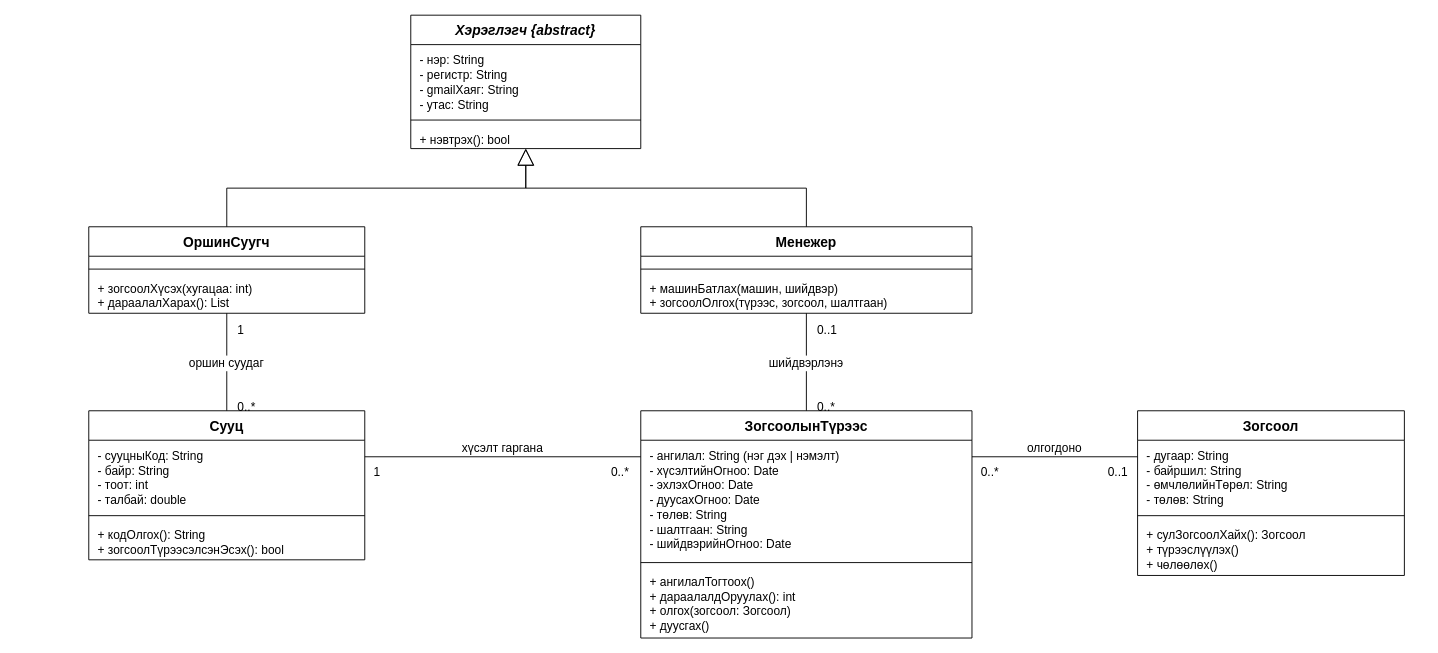
Above: docs/drawio/lab5-class.drawio in Uuganaaa12/suh-burtgel (draw.io), before the change. Source tidied: cells renumbered, new cells numbered last; positions are measured from the earlier drawing's top-left corner, leaving out a move shared by most shapes. Both pictures are drawn from the tidied source at 92%, with x=0, y=0 at pixel (88, 15).
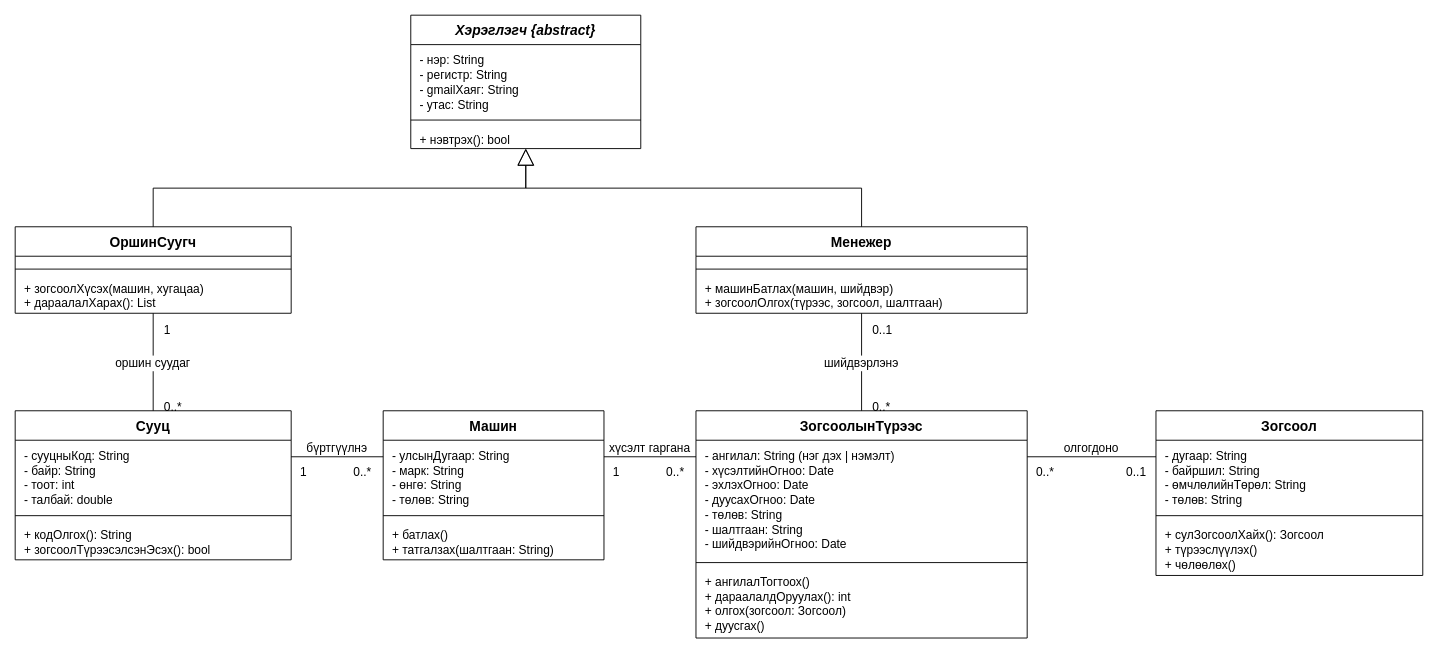
The same page after the edit.

Commit message (it also covers changes not shown here):
Загвар: зогсоолын түрээсийг машинтай холбов (ERD, Лаб 5)

The change refers to these unchanged cells:
```xml
<mxCell id="2" value="Хэрэглэгч {abstract}" style="html=0;whiteSpace=nowrap;fontFamily=Helvetica;swimlane;horizontal=1;startSize=32;fontSize=15;fontStyle=3;" parent="1" vertex="1">
  <mxGeometry x="350" width="250" height="145" as="geometry" />
</mxCell>
```

The edit, as a diff of the source:
```diff
@@
     <mxCell id="6" value="ОршинСуугч" style="html=0;whiteSpace=nowrap;fontFamily=Helvetica;swimlane;horizontal=1;startSize=32;fontSize=15;fontStyle=1;" parent="1" vertex="1">
-      <mxGeometry y="230" width="300" height="94" as="geometry" />
+      <mxGeometry x="-80" y="230" width="300" height="94" as="geometry" />
     </mxCell>
@@
-    <mxCell id="9" value="+ зогсоолХүсэх(хугацаа: int)&#10;+ дараалалХарах(): List" style="html=0;whiteSpace=nowrap;fontFamily=Helvetica;text;strokeColor=none;fillColor=none;align=left;verticalAlign=top;spacingLeft=8;spacingTop=3;fontSize=13;" parent="6" vertex="1">
+    <mxCell id="9" value="+ зогсоолХүсэх(машин, хугацаа)&#10;+ дараалалХарах(): List" style="html=0;whiteSpace=nowrap;fontFamily=Helvetica;text;strokeColor=none;fillColor=none;align=left;verticalAlign=top;spacingLeft=8;spacingTop=3;fontSize=13;" parent="6" vertex="1">
       <mxGeometry y="50" width="300" height="44" as="geometry" />
     </mxCell>
     <mxCell id="10" value="Менежер" style="html=0;whiteSpace=nowrap;fontFamily=Helvetica;swimlane;horizontal=1;startSize=32;fontSize=15;fontStyle=1;" parent="1" vertex="1">
-      <mxGeometry x="600" y="230" width="360" height="94" as="geometry" />
+      <mxGeometry x="660" y="230" width="360" height="94" as="geometry" />
     </mxCell>
@@
     <mxCell id="14" value="Сууц" style="html=0;whiteSpace=nowrap;fontFamily=Helvetica;swimlane;horizontal=1;startSize=32;fontSize=15;fontStyle=1;" parent="1" vertex="1">
-      <mxGeometry y="430" width="300" height="162" as="geometry" />
+      <mxGeometry x="-80" y="430" width="300" height="162" as="geometry" />
     </mxCell>
@@
-    <mxCell id="18" value="ЗогсоолынТүрээс" style="html=0;whiteSpace=nowrap;fontFamily=Helvetica;swimlane;horizontal=1;startSize=32;fontSize=15;fontStyle=1;" parent="1" vertex="1">
-      <mxGeometry x="600" y="430" width="360" height="247" as="geometry" />
+    <mxCell id="18" value="Машин" style="html=0;whiteSpace=nowrap;fontFamily=Helvetica;swimlane;horizontal=1;startSize=32;fontSize=15;fontStyle=1;" parent="1" vertex="1">
+      <mxGeometry x="320" y="430" width="240" height="162" as="geometry" />
     </mxCell>
-    <mxCell id="19" value="- ангилал: String  (нэг дэх | нэмэлт)&#10;- хүсэлтийнОгноо: Date&#10;- эхлэхОгноо: Date&#10;- дуусахОгноо: Date&#10;- төлөв: String&#10;- шалтгаан: String&#10;- шийдвэрийнОгноо: Date" style="html=0;whiteSpace=nowrap;fontFamily=Helvetica;text;strokeColor=none;fillColor=none;align=left;verticalAlign=top;spacingLeft=8;spacingTop=3;fontSize=13;" parent="18" vertex="1">
-      <mxGeometry y="32" width="360" height="129" as="geometry" />
+    <mxCell id="19" value="- улсынДугаар: String&#10;- марк: String&#10;- өнгө: String&#10;- төлөв: String" style="html=0;whiteSpace=nowrap;fontFamily=Helvetica;text;strokeColor=none;fillColor=none;align=left;verticalAlign=top;spacingLeft=8;spacingTop=3;fontSize=13;" parent="18" vertex="1">
+      <mxGeometry y="32" width="240" height="78" as="geometry" />
     </mxCell>
     <mxCell id="20" style="html=0;whiteSpace=nowrap;fontFamily=Helvetica;line;strokeWidth=1;fillColor=none;" parent="18" vertex="1">
-      <mxGeometry y="161" width="360" height="8" as="geometry" />
+      <mxGeometry y="110" width="240" height="8" as="geometry" />
     </mxCell>
-    <mxCell id="21" value="+ ангилалТогтоох()&#10;+ дараалалдОруулах(): int&#10;+ олгох(зогсоол: Зогсоол)&#10;+ дуусгах()" style="html=0;whiteSpace=nowrap;fontFamily=Helvetica;text;strokeColor=none;fillColor=none;align=left;verticalAlign=top;spacingLeft=8;spacingTop=3;fontSize=13;" parent="18" vertex="1">
-      <mxGeometry y="169" width="360" height="78" as="geometry" />
+    <mxCell id="21" value="+ батлах()&#10;+ татгалзах(шалтгаан: String)" style="html=0;whiteSpace=nowrap;fontFamily=Helvetica;text;strokeColor=none;fillColor=none;align=left;verticalAlign=top;spacingLeft=8;spacingTop=3;fontSize=13;" parent="18" vertex="1">
+      <mxGeometry y="118" width="240" height="44" as="geometry" />
     </mxCell>
-    <mxCell id="22" value="Зогсоол" style="html=0;whiteSpace=nowrap;fontFamily=Helvetica;swimlane;horizontal=1;startSize=32;fontSize=15;fontStyle=1;" parent="1" vertex="1">
-      <mxGeometry x="1140" y="430" width="290" height="179" as="geometry" />
+    <mxCell id="22" value="ЗогсоолынТүрээс" style="html=0;whiteSpace=nowrap;fontFamily=Helvetica;swimlane;horizontal=1;startSize=32;fontSize=15;fontStyle=1;" parent="1" vertex="1">
+      <mxGeometry x="660" y="430" width="360" height="247" as="geometry" />
     </mxCell>
-    <mxCell id="23" value="- дугаар: String&#10;- байршил: String&#10;- өмчлөлийнТөрөл: String&#10;- төлөв: String" style="html=0;whiteSpace=nowrap;fontFamily=Helvetica;text;strokeColor=none;fillColor=none;align=left;verticalAlign=top;spacingLeft=8;spacingTop=3;fontSize=13;" parent="22" vertex="1">
-      <mxGeometry y="32" width="290" height="78" as="geometry" />
+    <mxCell id="23" value="- ангилал: String  (нэг дэх | нэмэлт)&#10;- хүсэлтийнОгноо: Date&#10;- эхлэхОгноо: Date&#10;- дуусахОгноо: Date&#10;- төлөв: String&#10;- шалтгаан: String&#10;- шийдвэрийнОгноо: Date" style="html=0;whiteSpace=nowrap;fontFamily=Helvetica;text;strokeColor=none;fillColor=none;align=left;verticalAlign=top;spacingLeft=8;spacingTop=3;fontSize=13;" parent="22" vertex="1">
+      <mxGeometry y="32" width="360" height="129" as="geometry" />
     </mxCell>
     <mxCell id="24" style="html=0;whiteSpace=nowrap;fontFamily=Helvetica;line;strokeWidth=1;fillColor=none;" parent="22" vertex="1">
-      <mxGeometry y="110" width="290" height="8" as="geometry" />
+      <mxGeometry y="161" width="360" height="8" as="geometry" />
     </mxCell>
-    <mxCell id="25" value="+ сулЗогсоолХайх(): Зогсоол&#10;+ түрээслүүлэх()&#10;+ чөлөөлөх()" style="html=0;whiteSpace=nowrap;fontFamily=Helvetica;text;strokeColor=none;fillColor=none;align=left;verticalAlign=top;spacingLeft=8;spacingTop=3;fontSize=13;" parent="22" vertex="1">
-      <mxGeometry y="118" width="290" height="61" as="geometry" />
+    <mxCell id="25" value="+ ангилалТогтоох()&#10;+ дараалалдОруулах(): int&#10;+ олгох(зогсоол: Зогсоол)&#10;+ дуусгах()" style="html=0;whiteSpace=nowrap;fontFamily=Helvetica;text;strokeColor=none;fillColor=none;align=left;verticalAlign=top;spacingLeft=8;spacingTop=3;fontSize=13;" parent="22" vertex="1">
+      <mxGeometry y="169" width="360" height="78" as="geometry" />
     </mxCell>
-    <mxCell id="26" style="html=0;rounded=0;fontFamily=Helvetica;fontSize=13;endArrow=block;endFill=0;endSize=16;edgeStyle=elbowEdgeStyle;elbow=vertical;" parent="1" edge="1" source="6" target="2">
-      <mxGeometry relative="1" as="geometry" />
+    <mxCell id="26" value="Зогсоол" style="html=0;whiteSpace=nowrap;fontFamily=Helvetica;swimlane;horizontal=1;startSize=32;fontSize=15;fontStyle=1;" parent="1" vertex="1">
+      <mxGeometry x="1160" y="430" width="290" height="179" as="geometry" />
     </mxCell>
-    <mxCell id="27" style="html=0;rounded=0;fontFamily=Helvetica;fontSize=13;endArrow=block;endFill=0;endSize=16;edgeStyle=elbowEdgeStyle;elbow=vertical;" parent="1" edge="1" source="10" target="2">
-      <mxGeometry relative="1" as="geometry" />
+    <mxCell id="27" value="- дугаар: String&#10;- байршил: String&#10;- өмчлөлийнТөрөл: String&#10;- төлөв: String" style="html=0;whiteSpace=nowrap;fontFamily=Helvetica;text;strokeColor=none;fillColor=none;align=left;verticalAlign=top;spacingLeft=8;spacingTop=3;fontSize=13;" parent="26" vertex="1">
+      <mxGeometry y="32" width="290" height="78" as="geometry" />
     </mxCell>
-    <mxCell id="28" value="оршин суудаг" style="html=0;rounded=0;fontFamily=Helvetica;fontSize=13;endArrow=none;fontSize=13;labelBackgroundColor=#ffffff;" parent="1" edge="1" source="6" target="14">
-      <mxGeometry relative="1" as="geometry" />
+    <mxCell id="28" style="html=0;whiteSpace=nowrap;fontFamily=Helvetica;line;strokeWidth=1;fillColor=none;" parent="26" vertex="1">
+      <mxGeometry y="110" width="290" height="8" as="geometry" />
     </mxCell>
-    <mxCell id="29" value="1" style="edgeLabel;html=0;labelBackgroundColor=none;fontSize=13;fontFamily=Helvetica;" parent="28" vertex="1">
-      <mxGeometry x="-1" relative="1" as="geometry">
-        <mxPoint x="10" y="4" as="offset" />
-      </mxGeometry>
+    <mxCell id="29" value="+ сулЗогсоолХайх(): Зогсоол&#10;+ түрээслүүлэх()&#10;+ чөлөөлөх()" style="html=0;whiteSpace=nowrap;fontFamily=Helvetica;text;strokeColor=none;fillColor=none;align=left;verticalAlign=top;spacingLeft=8;spacingTop=3;fontSize=13;" parent="26" vertex="1">
+      <mxGeometry y="118" width="290" height="61" as="geometry" />
     </mxCell>
-    <mxCell id="30" value="0..*" style="edgeLabel;html=0;labelBackgroundColor=none;fontSize=13;fontFamily=Helvetica;" parent="28" vertex="1">
-      <mxGeometry x="1" relative="1" as="geometry">
-        <mxPoint x="10" y="-18" as="offset" />
-      </mxGeometry>
+    <mxCell id="30" style="html=0;rounded=0;fontFamily=Helvetica;fontSize=13;endArrow=block;endFill=0;endSize=16;edgeStyle=elbowEdgeStyle;elbow=vertical;" parent="1" edge="1" source="6" target="2">
+      <mxGeometry relative="1" as="geometry" />
     </mxCell>
-    <mxCell id="31" value="хүсэлт гаргана" style="html=0;rounded=0;fontFamily=Helvetica;fontSize=13;endArrow=none;fontSize=13;labelBackgroundColor=#ffffff;exitX=1;exitY=0.3086;entryX=0;entryY=0.2024;verticalAlign=bottom;" parent="1" edge="1" source="14" target="18">
+    <mxCell id="31" style="html=0;rounded=0;fontFamily=Helvetica;fontSize=13;endArrow=block;endFill=0;endSize=16;edgeStyle=elbowEdgeStyle;elbow=vertical;" parent="1" edge="1" source="10" target="2">
       <mxGeometry relative="1" as="geometry" />
     </mxCell>
-    <mxCell id="32" value="1" style="edgeLabel;html=0;labelBackgroundColor=none;fontSize=13;fontFamily=Helvetica;" parent="31" vertex="1">
-      <mxGeometry x="-1" relative="1" as="geometry">
-        <mxPoint x="8" y="2" as="offset" />
-      </mxGeometry>
+    <mxCell id="32" value="оршин суудаг" style="html=0;rounded=0;fontFamily=Helvetica;fontSize=13;endArrow=none;fontSize=13;labelBackgroundColor=#ffffff;" parent="1" edge="1" source="6" target="14">
+      <mxGeometry relative="1" as="geometry" />
     </mxCell>
-    <mxCell id="33" value="0..*" style="edgeLabel;html=0;labelBackgroundColor=none;fontSize=13;fontFamily=Helvetica;" parent="31" vertex="1">
-      <mxGeometry x="1" relative="1" as="geometry">
-        <mxPoint x="-34" y="2" as="offset" />
+    <mxCell id="33" value="1" style="edgeLabel;html=0;labelBackgroundColor=none;fontSize=13;fontFamily=Helvetica;" parent="32" vertex="1">
+      <mxGeometry x="-1" relative="1" as="geometry">
+        <mxPoint x="10" y="4" as="offset" />
       </mxGeometry>
     </mxCell>
-    <mxCell id="34" value="шийдвэрлэнэ" style="html=0;rounded=0;fontFamily=Helvetica;fontSize=13;endArrow=none;fontSize=13;labelBackgroundColor=#ffffff;" parent="1" edge="1" source="10" target="18">
-      <mxGeometry relative="1" as="geometry" />
+    <mxCell id="34" value="0..*" style="edgeLabel;html=0;labelBackgroundColor=none;fontSize=13;fontFamily=Helvetica;" parent="32" vertex="1">
+      <mxGeometry x="1" relative="1" as="geometry">
+        <mxPoint x="10" y="-18" as="offset" />
+      </mxGeometry>
     </mxCell>
-    <mxCell id="35" value="0..1" style="edgeLabel;html=0;labelBackgroundColor=none;fontSize=13;fontFamily=Helvetica;" parent="34" vertex="1">
-      <mxGeometry x="-1" relative="1" as="geometry">
-        <mxPoint x="10" y="4" as="offset" />
-      </mxGeometry>
+    <mxCell id="35" value="бүртгүүлнэ" style="html=0;rounded=0;fontFamily=Helvetica;fontSize=13;endArrow=none;fontSize=13;labelBackgroundColor=#ffffff;exitX=1;exitY=0.3086;entryX=0;entryY=0.3086;verticalAlign=bottom;" parent="1" edge="1" source="14" target="18">
+      <mxGeometry relative="1" as="geometry" />
     </mxCell>
-    <mxCell id="36" value="0..*" style="edgeLabel;html=0;labelBackgroundColor=none;fontSize=13;fontFamily=Helvetica;" parent="34" vertex="1">
-      <mxGeometry x="1" relative="1" as="geometry">
-        <mxPoint x="10" y="-18" as="offset" />
+    <mxCell id="36" value="1" style="edgeLabel;html=0;labelBackgroundColor=none;fontSize=13;fontFamily=Helvetica;" parent="35" vertex="1">
+      <mxGeometry x="-1" relative="1" as="geometry">
+        <mxPoint x="8" y="2" as="offset" />
       </mxGeometry>
     </mxCell>
-    <mxCell id="37" value="олгогдоно" style="html=0;rounded=0;fontFamily=Helvetica;fontSize=13;endArrow=none;fontSize=13;labelBackgroundColor=#ffffff;exitX=1;exitY=0.2024;entryX=0;entryY=0.2793;verticalAlign=bottom;" parent="1" edge="1" source="18" target="22">
-      <mxGeometry relative="1" as="geometry" />
+    <mxCell id="37" value="0..*" style="edgeLabel;html=0;labelBackgroundColor=none;fontSize=13;fontFamily=Helvetica;" parent="35" vertex="1">
+      <mxGeometry x="1" relative="1" as="geometry">
+        <mxPoint x="-34" y="2" as="offset" />
+      </mxGeometry>
     </mxCell>
-    <mxCell id="38" value="0..*" style="edgeLabel;html=0;labelBackgroundColor=none;fontSize=13;fontFamily=Helvetica;" parent="37" vertex="1">
-      <mxGeometry x="-1" relative="1" as="geometry">
-        <mxPoint x="8" y="2" as="offset" />
-      </mxGeometry>
+    <mxCell id="38" value="хүсэлт гаргана" style="html=0;rounded=0;fontFamily=Helvetica;fontSize=13;endArrow=none;fontSize=13;labelBackgroundColor=#ffffff;exitX=1;exitY=0.3086;entryX=0;entryY=0.2024;verticalAlign=bottom;" parent="1" edge="1" source="18" target="22">
+      <mxGeometry relative="1" as="geometry" />
     </mxCell>
-    <mxCell id="39" value="0..1" style="edgeLabel;html=0;labelBackgroundColor=none;fontSize=13;fontFamily=Helvetica;" parent="37" vertex="1">
-      <mxGeometry x="1" relative="1" as="geometry">
-        <mxPoint x="-34" y="2" as="offset" />
+    <mxCell id="39" value="1" style="edgeLabel;html=0;labelBackgroundColor=none;fontSize=13;fontFamily=Helvetica;" parent="38" vertex="1">
+      <mxGeometry x="-1" relative="1" as="geometry">
+        <mxPoint x="8" y="2" as="offset" />
       </mxGeometry>
     </mxCell>
+    <mxCell id="40" value="0..*" style="edgeLabel;html=0;labelBackgroundColor=none;fontSize=13;fontFamily=Helvetica;" parent="38" vertex="1">
+      <mxGeometry x="1" relative="1" as="geometry">
+        <mxPoint x="-34" y="2" as="offset" />
+      </mxGeometry>
+    </mxCell>
+    <mxCell id="41" value="шийдвэрлэнэ" style="html=0;rounded=0;fontFamily=Helvetica;fontSize=13;endArrow=none;fontSize=13;labelBackgroundColor=#ffffff;" parent="1" edge="1" source="10" target="22">
+      <mxGeometry relative="1" as="geometry" />
+    </mxCell>
+    <mxCell id="42" value="0..1" style="edgeLabel;html=0;labelBackgroundColor=none;fontSize=13;fontFamily=Helvetica;" parent="41" vertex="1">
+      <mxGeometry x="-1" relative="1" as="geometry">
+        <mxPoint x="10" y="4" as="offset" />
+      </mxGeometry>
+    </mxCell>
+    <mxCell id="43" value="0..*" style="edgeLabel;html=0;labelBackgroundColor=none;fontSize=13;fontFamily=Helvetica;" parent="41" vertex="1">
+      <mxGeometry x="1" relative="1" as="geometry">
+        <mxPoint x="10" y="-18" as="offset" />
+      </mxGeometry>
+    </mxCell>
+    <mxCell id="44" value="олгогдоно" style="html=0;rounded=0;fontFamily=Helvetica;fontSize=13;endArrow=none;fontSize=13;labelBackgroundColor=#ffffff;exitX=1;exitY=0.2024;entryX=0;entryY=0.2793;verticalAlign=bottom;" parent="1" edge="1" source="22" target="26">
+      <mxGeometry relative="1" as="geometry" />
+    </mxCell>
+    <mxCell id="45" value="0..*" style="edgeLabel;html=0;labelBackgroundColor=none;fontSize=13;fontFamily=Helvetica;" parent="44" vertex="1">
+      <mxGeometry x="-1" relative="1" as="geometry">
+        <mxPoint x="8" y="2" as="offset" />
+      </mxGeometry>
+    </mxCell>
+    <mxCell id="46" value="0..1" style="edgeLabel;html=0;labelBackgroundColor=none;fontSize=13;fontFamily=Helvetica;" parent="44" vertex="1">
+      <mxGeometry x="1" relative="1" as="geometry">
+        <mxPoint x="-34" y="2" as="offset" />
+      </mxGeometry>
+    </mxCell>
```
